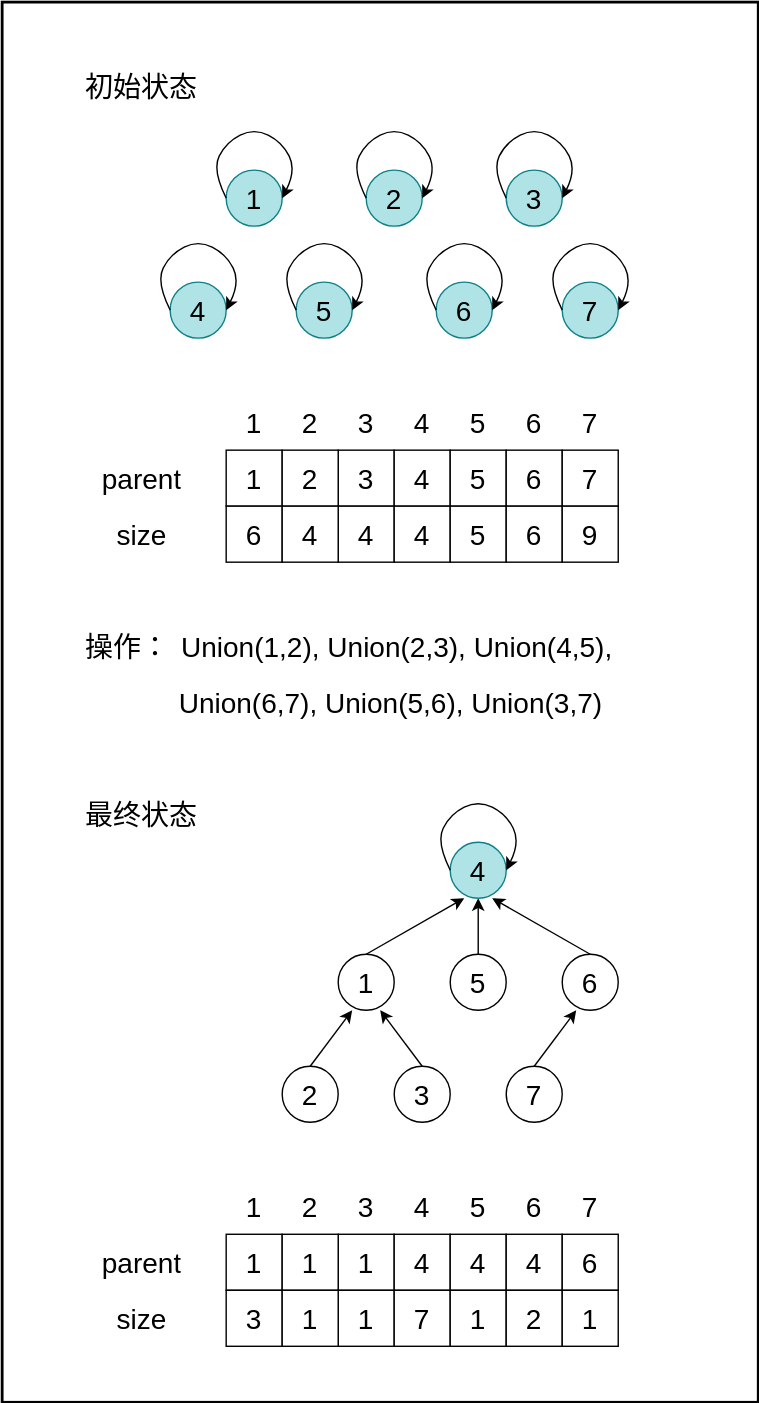
The draw.io diagram Algorithms/img/DisjointSet2.svg in TBD2021/Salt-and-Computer-Science, before a commit. Source tidied: cells renumbered, new cells last; positions are measured from the earlier drawing's top-left corner, leaving out a move shared by most shapes.
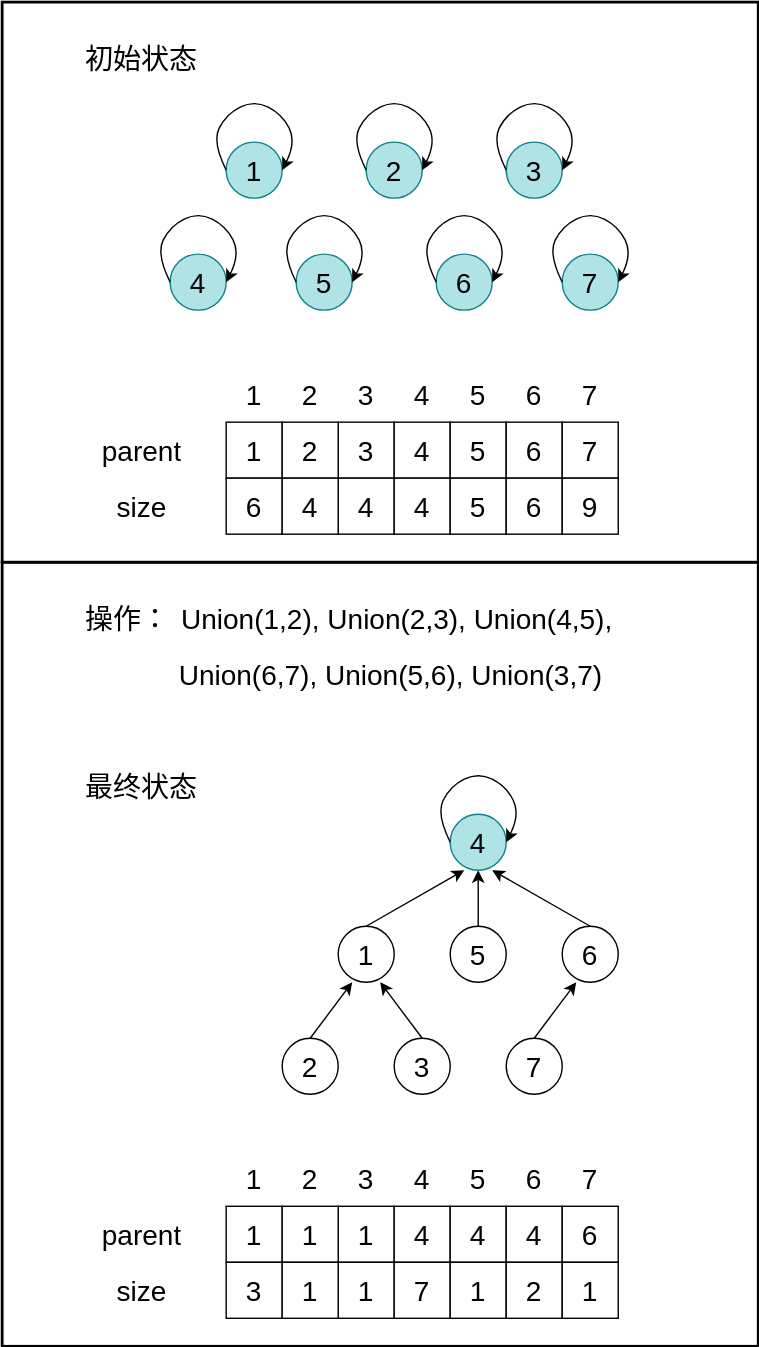
Later version of the same file.

The edit, as a diff of the source:
```diff
@@ -2,8 +2,11 @@
   <root>
     <mxCell id="0" />
     <mxCell id="1" parent="0" />
+    <mxCell id="132" style="rounded=0;whiteSpace=wrap;html=1;strokeWidth=2;" parent="1" vertex="1">
+      <mxGeometry y="420" width="540" height="560" as="geometry" />
+    </mxCell>
     <mxCell id="2" style="rounded=0;whiteSpace=wrap;html=1;strokeWidth=2;" parent="1" vertex="1">
-      <mxGeometry width="540" height="1000" as="geometry" />
+      <mxGeometry y="20" width="540" height="400" as="geometry" />
     </mxCell>
     <mxCell id="3" style="rounded=0;whiteSpace=wrap;html=1;" parent="1" vertex="1">
       <mxGeometry x="240" y="320" width="40" height="40" as="geometry" />
```
